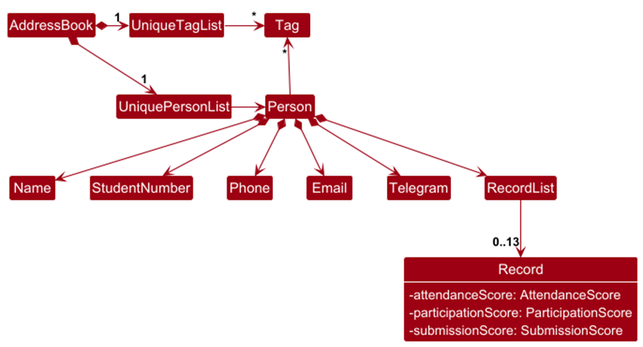
The PlantUML diagram docs/images/BetterModelClassDiagram.png in kailermai/tp, before a commit.
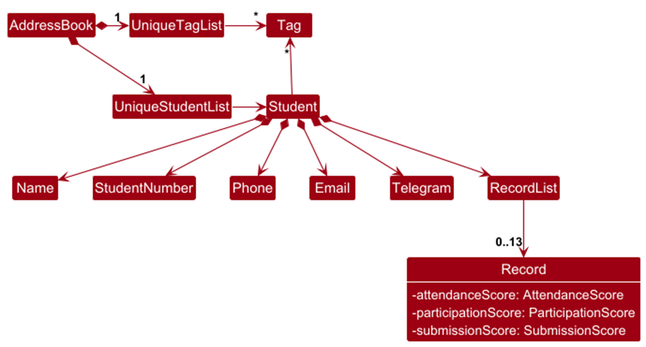
After the change.

Commit message:
Rename person to student in BetterModelClassDiagram

Change to the diagram source:
```diff
@@ -12,22 +12,22 @@
 
 show "Record" attributes
 
-AddressBook *-right-> "1" UniquePersonList
+AddressBook *-right-> "1" UniqueStudentList
 AddressBook *-right-> "1" UniqueTagList
-UniqueTagList -[hidden]down- UniquePersonList
-UniqueTagList -[hidden]down- UniquePersonList
+UniqueTagList -[hidden]down- UniqueStudentList
+UniqueTagList -[hidden]down- UniqueStudentList
 
 UniqueTagList -right-> "*" Tag
-UniquePersonList -right-> Person
+UniqueStudentList -right-> Student
 
-Person -up-> "*" Tag
+Student -up-> "*" Tag
 
-Person *--> Name
-Person *--> StudentNumber
-Person *--> Phone
-Person *--> Email
-Person *--> Telegram
-Person *--> RecordList
+Student *--> Name
+Student *--> StudentNumber
+Student *--> Phone
+Student *--> Email
+Student *--> Telegram
+Student *--> RecordList
 
 RecordList --> "0..13" "Record"
 @enduml
```
